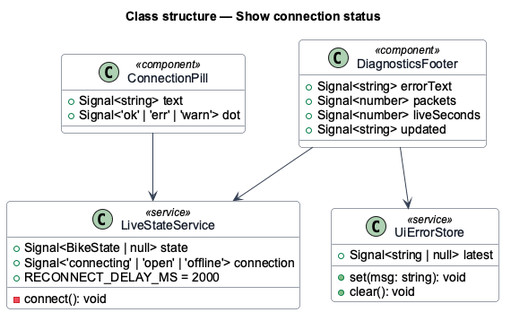
QuinntyneBrown/ride-one keeps this PlantUML diagram as docs/detailed-designs/dashboard/show-connection-status/diagrams/class-structure.png. Above is the earlier version.
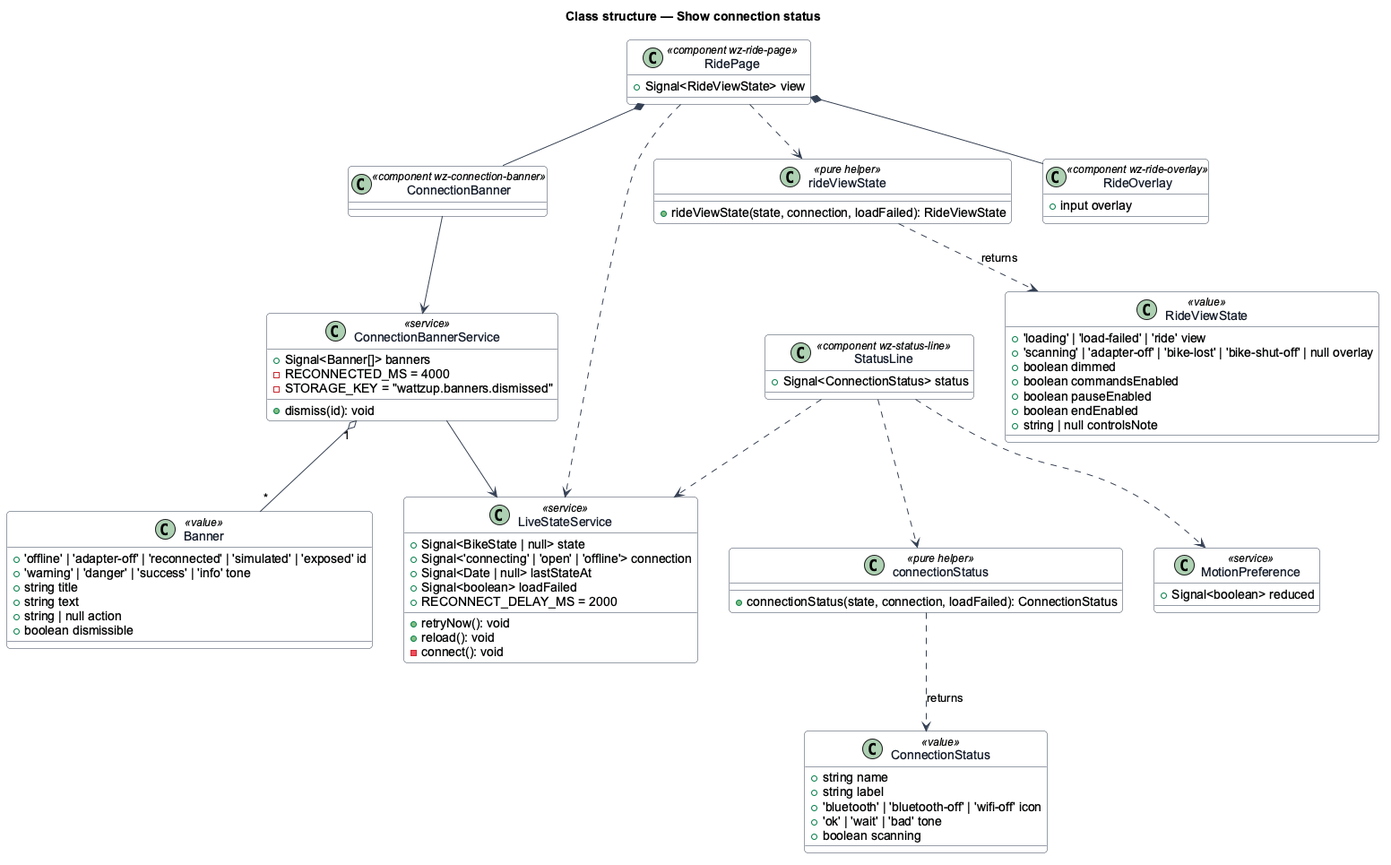
Later version of the same file.

Change to the diagram source:
```diff
@@ -14,26 +14,73 @@
 class LiveStateService <<service>> {
   +Signal<BikeState | null> state
   +Signal<'connecting' | 'open' | 'offline'> connection
+  +Signal<Date | null> lastStateAt
+  +Signal<boolean> loadFailed
   +RECONNECT_DELAY_MS = 2000
+  +retryNow(): void
+  +reload(): void
   -connect(): void
 }
-class ConnectionPill <<component>> {
-  +Signal<string> text
-  +Signal<'ok' | 'err' | 'warn'> dot
+class ConnectionStatus <<value>> {
+  +string name
+  +string label
+  +'bluetooth' | 'bluetooth-off' | 'wifi-off' icon
+  +'ok' | 'wait' | 'bad' tone
+  +boolean scanning
 }
-class DiagnosticsFooter <<component>> {
-  +Signal<string> errorText
-  +Signal<number> packets
-  +Signal<number> liveSeconds
-  +Signal<string> updated
+class connectionStatus <<pure helper>> {
+  +connectionStatus(state, connection, loadFailed): ConnectionStatus
 }
-class UiErrorStore <<service>> {
-  +Signal<string | null> latest
-  +set(msg: string): void
-  +clear(): void
+class RideViewState <<value>> {
+  +'loading' | 'load-failed' | 'ride' view
+  +'scanning' | 'adapter-off' | 'bike-lost' | 'bike-shut-off' | null overlay
+  +boolean dimmed
+  +boolean commandsEnabled
+  +boolean pauseEnabled
+  +boolean endEnabled
+  +string | null controlsNote
+}
+class rideViewState <<pure helper>> {
+  +rideViewState(state, connection, loadFailed): RideViewState
+}
+class Banner <<value>> {
+  +'offline' | 'adapter-off' | 'reconnected' | 'simulated' | 'exposed' id
+  +'warning' | 'danger' | 'success' | 'info' tone
+  +string title
+  +string text
+  +string | null action
+  +boolean dismissible
+}
+class ConnectionBannerService <<service>> {
+  +Signal<Banner[]> banners
+  +dismiss(id): void
+  -RECONNECTED_MS = 4000
+  -STORAGE_KEY = "wattzup.banners.dismissed"
+}
+class StatusLine <<component wz-status-line>> {
+  +Signal<ConnectionStatus> status
+}
+class ConnectionBanner <<component wz-connection-banner>>
+class RideOverlay <<component wz-ride-overlay>> {
+  +input overlay
+}
+class RidePage <<component wz-ride-page>> {
+  +Signal<RideViewState> view
+}
+class MotionPreference <<service>> {
+  +Signal<boolean> reduced
 }
 
-ConnectionPill --> LiveStateService
-DiagnosticsFooter --> LiveStateService
-DiagnosticsFooter --> UiErrorStore
+StatusLine ..> connectionStatus
+StatusLine ..> LiveStateService
+StatusLine ..> MotionPreference
+RidePage ..> rideViewState
+RidePage ..> LiveStateService
+RidePage *-- RideOverlay
+RidePage *-- ConnectionBanner
+ConnectionBanner --> ConnectionBannerService
+ConnectionBannerService --> LiveStateService
+ConnectionBannerService "1" o-- "*" Banner
+connectionStatus ..> ConnectionStatus : returns
+rideViewState ..> RideViewState : returns
 @enduml
```
